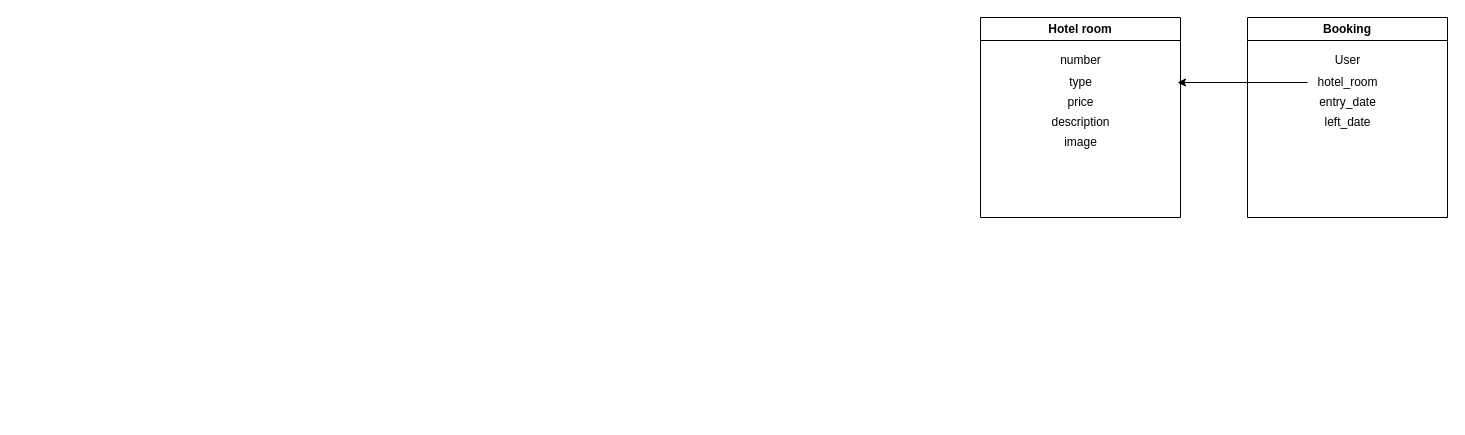
vohasalukus/bookingDjango keeps this draw.io diagram as Диаграмма без названия.drawio. Above is the earlier version. Source tidied: cells renumbered, new cells numbered last; positions are measured from the earlier drawing's top-left corner, leaving out a move shared by most shapes. Both pictures are drawn from the tidied source at 100%, with x=0, y=0 at pixel (980, 17).
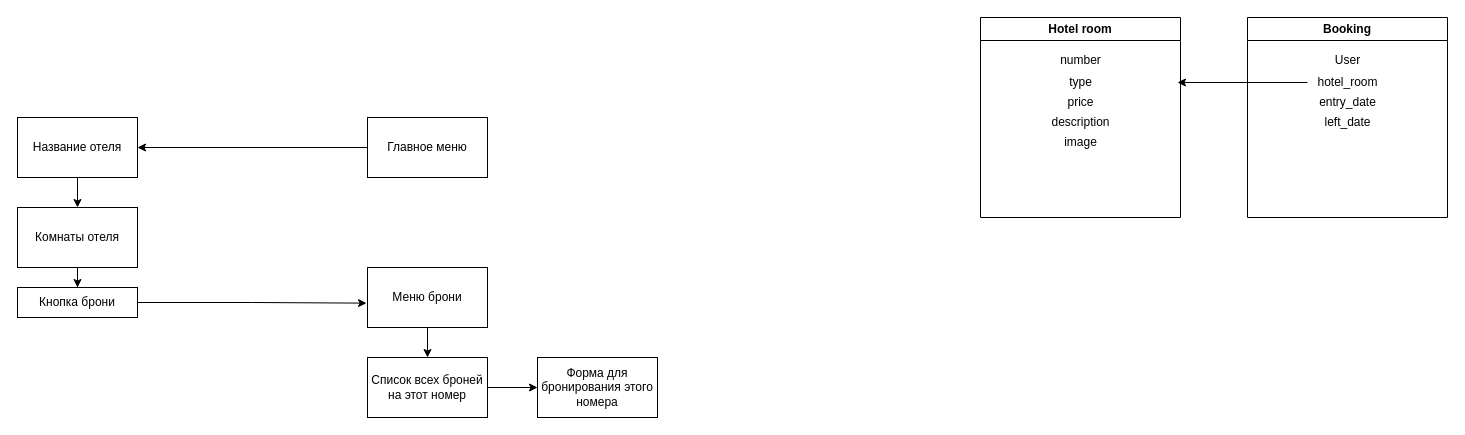
After the change.

Commit message:
Добавление краткого функционала сайта

The edit, as a diff of the source:
```diff
@@
+    <mxCell id="14" style="edgeStyle=orthogonalEdgeStyle;rounded=0;jettySize=auto;html=1;entryX=1;entryY=0.5;entryDx=0;entryDy=0;" parent="1" edge="1" source="15" target="17">
+      <mxGeometry relative="1" as="geometry" />
+    </mxCell>
+    <mxCell id="15" value="Главное меню" style="rounded=0;whiteSpace=wrap;html=1;" parent="1" vertex="1">
+      <mxGeometry x="-613" y="100" width="120" height="60" as="geometry" />
+    </mxCell>
+    <mxCell id="16" style="edgeStyle=orthogonalEdgeStyle;rounded=0;jettySize=auto;html=1;" parent="1" edge="1" source="17" target="19">
+      <mxGeometry relative="1" as="geometry" />
+    </mxCell>
+    <mxCell id="17" value="Название отеля" style="rounded=0;whiteSpace=wrap;html=1;" parent="1" vertex="1">
+      <mxGeometry x="-963" y="100" width="120" height="60" as="geometry" />
+    </mxCell>
+    <mxCell id="18" style="edgeStyle=orthogonalEdgeStyle;rounded=0;jettySize=auto;html=1;" parent="1" edge="1" source="19" target="20">
+      <mxGeometry relative="1" as="geometry" />
+    </mxCell>
+    <mxCell id="19" value="Комнаты отеля" style="rounded=0;whiteSpace=wrap;html=1;" parent="1" vertex="1">
+      <mxGeometry x="-963" y="190" width="120" height="60" as="geometry" />
+    </mxCell>
+    <mxCell id="20" value="Кнопка брони" style="rounded=0;whiteSpace=wrap;html=1;" parent="1" vertex="1">
+      <mxGeometry x="-963" y="270" width="120" height="30" as="geometry" />
+    </mxCell>
+    <mxCell id="21" style="edgeStyle=orthogonalEdgeStyle;rounded=0;jettySize=auto;html=1;" parent="1" edge="1" source="22" target="25">
+      <mxGeometry relative="1" as="geometry" />
+    </mxCell>
+    <mxCell id="22" value="Меню брони" style="rounded=0;whiteSpace=wrap;html=1;" parent="1" vertex="1">
+      <mxGeometry x="-613" y="250" width="120" height="60" as="geometry" />
+    </mxCell>
+    <mxCell id="23" style="edgeStyle=orthogonalEdgeStyle;rounded=0;jettySize=auto;html=1;entryX=-0.008;entryY=0.594;entryDx=0;entryDy=0;entryPerimeter=0;" parent="1" edge="1" source="20" target="22">
+      <mxGeometry relative="1" as="geometry" />
+    </mxCell>
+    <mxCell id="24" style="edgeStyle=orthogonalEdgeStyle;rounded=0;jettySize=auto;html=1;" parent="1" edge="1" source="25" target="26">
+      <mxGeometry relative="1" as="geometry" />
+    </mxCell>
+    <mxCell id="25" value="Список всех броней на этот номер" style="rounded=0;whiteSpace=wrap;html=1;" parent="1" vertex="1">
+      <mxGeometry x="-613" y="340" width="120" height="60" as="geometry" />
+    </mxCell>
+    <mxCell id="26" value="Форма для бронирования этого номера" style="rounded=0;whiteSpace=wrap;html=1;" parent="1" vertex="1">
+      <mxGeometry x="-443" y="340" width="120" height="60" as="geometry" />
+    </mxCell>
```
